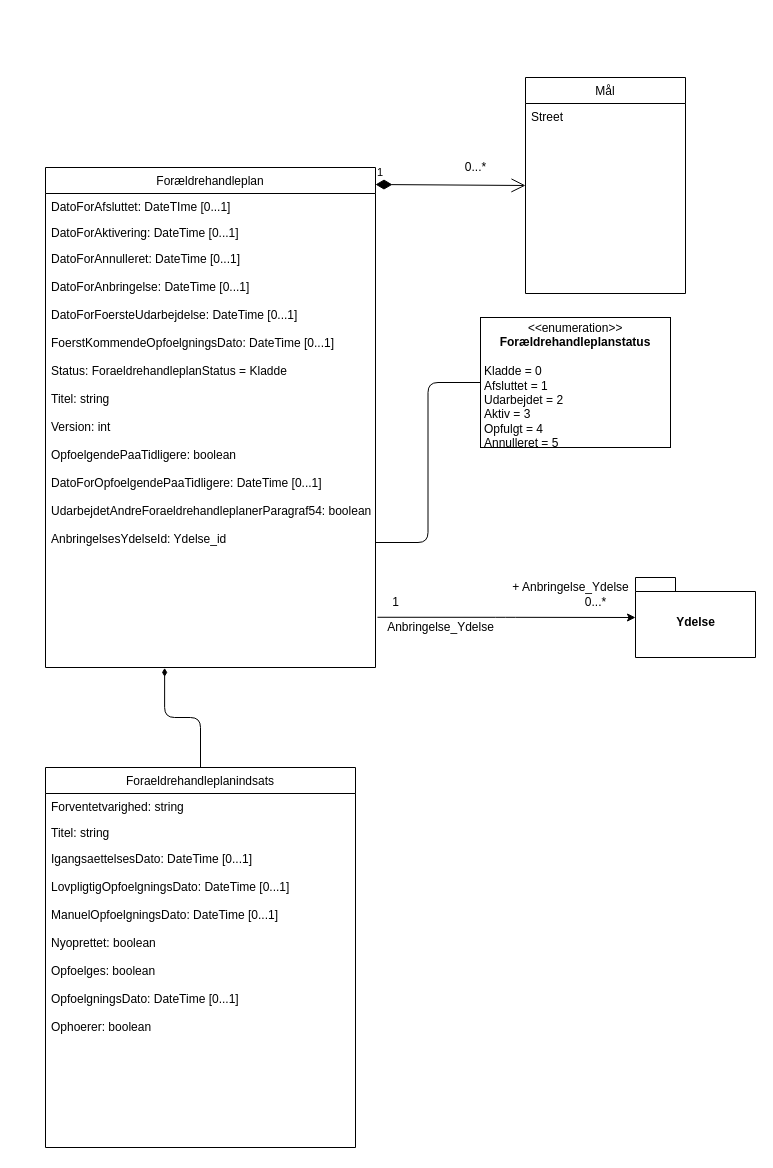
DanielMikkelsen/CompanyCarpool keeps this draw.io diagram as Untitled Diagram.drawio. Above is the earlier version. Source tidied: cells renumbered, new cells numbered last; positions are measured from the earlier drawing's top-left corner, leaving out a move shared by most shapes. Both pictures are drawn from the tidied source at 100%, with x=0, y=0 at pixel (45, 77).
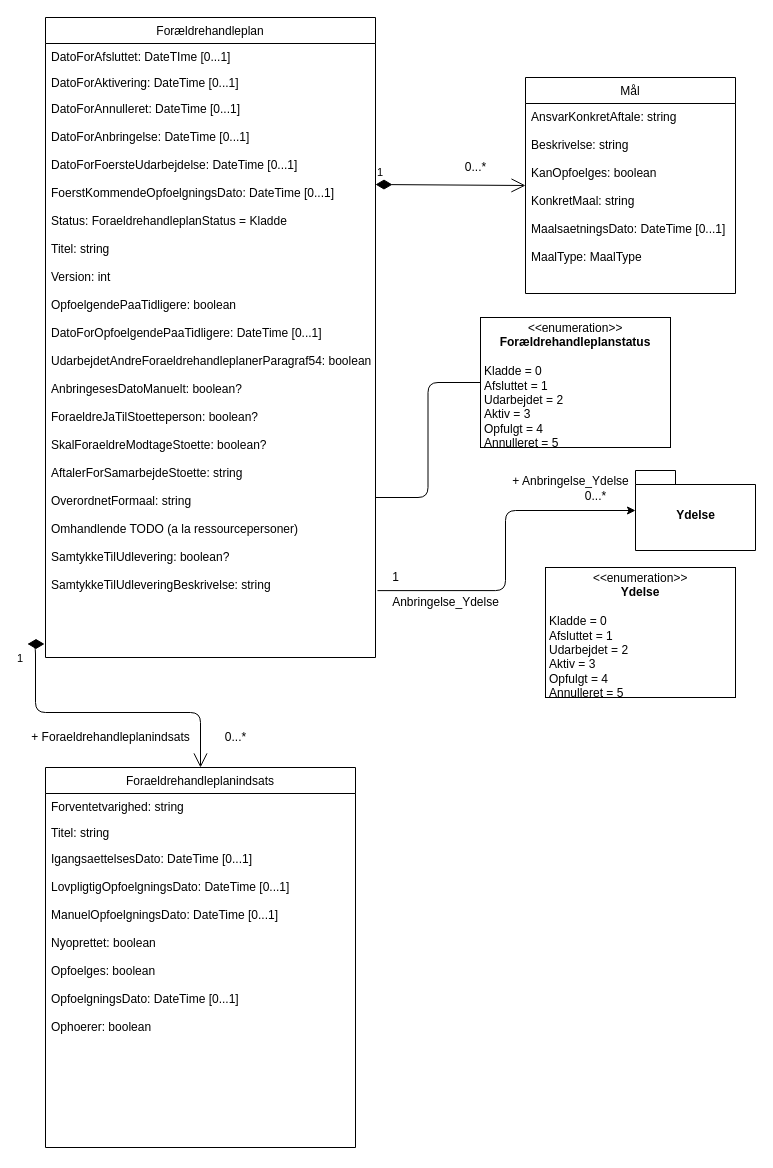
Above is the later version.

The change refers to these unchanged cells:
```xml
<mxCell id="13" value="Foraeldrehandleplanindsats" style="swimlane;fontStyle=0;horizontal=1;startSize=26;fillColor=none;" parent="1" vertex="1">
  <mxGeometry y="690" width="310" height="380" as="geometry" />
</mxCell>
```

Diff of the diagram source:
```diff
@@
     <mxCell id="2" value="Forældrehandleplan" style="swimlane;fontStyle=0;align=center;verticalAlign=top;horizontal=1;startSize=26;rounded=0;shadow=0;strokeWidth=1;" parent="1" vertex="1">
-      <mxGeometry y="90" width="330" height="500" as="geometry" />
+      <mxGeometry y="-60" width="330" height="640" as="geometry" />
     </mxCell>
@@
-    <mxCell id="5" value="DatoForAnnulleret: DateTime [0...1]&#10;&#10;DatoForAnbringelse: DateTime [0...1]&#10;&#10;DatoForFoersteUdarbejdelse: DateTime [0...1]&#10;&#10;FoerstKommendeOpfoelgningsDato: DateTime [0...1]&#10;&#10;Status: ForaeldrehandleplanStatus = Kladde&#10;&#10;Titel: string&#10;&#10;Version: int&#10;&#10;OpfoelgendePaaTidligere: boolean&#10;&#10;DatoForOpfoelgendePaaTidligere: DateTime [0...1]&#10;&#10;UdarbejdetAndreForaeldrehandleplanerParagraf54: boolean&#10;&#10;AnbringelsesYdelseId: Ydelse_id" style="text;align=left;verticalAlign=top;spacingLeft=4;spacingRight=4;overflow=hidden;points=[[0,0.5],[1,0.5]];portConstraint=eastwest;rounded=0;shadow=0;html=0;" parent="2" vertex="1">
-      <mxGeometry y="78" width="330" height="422" as="geometry" />
+    <mxCell id="5" value="DatoForAnnulleret: DateTime [0...1]&#10;&#10;DatoForAnbringelse: DateTime [0...1]&#10;&#10;DatoForFoersteUdarbejdelse: DateTime [0...1]&#10;&#10;FoerstKommendeOpfoelgningsDato: DateTime [0...1]&#10;&#10;Status: ForaeldrehandleplanStatus = Kladde&#10;&#10;Titel: string&#10;&#10;Version: int&#10;&#10;OpfoelgendePaaTidligere: boolean&#10;&#10;DatoForOpfoelgendePaaTidligere: DateTime [0...1]&#10;&#10;UdarbejdetAndreForaeldrehandleplanerParagraf54: boolean&#10;&#10;AnbringesesDatoManuelt: boolean?&#10;&#10;ForaeldreJaTilStoetteperson: boolean?&#10;&#10;SkalForaeldreModtageStoette: boolean?&#10;&#10;AftalerForSamarbejdeStoette: string&#10;&#10;OverordnetFormaal: string&#10;&#10;Omhandlende TODO (a la ressourcepersoner)&#10;&#10;SamtykkeTilUdlevering: boolean?&#10;&#10;SamtykkeTilUdleveringBeskrivelse: string&#10;&#10;" style="text;align=left;verticalAlign=top;spacingLeft=4;spacingRight=4;overflow=hidden;points=[[0,0.5],[1,0.5]];portConstraint=eastwest;rounded=0;shadow=0;html=0;" parent="2" vertex="1">
+      <mxGeometry y="78" width="330" height="562" as="geometry" />
     </mxCell>
     <mxCell id="6" value="Mål" style="swimlane;fontStyle=0;align=center;verticalAlign=top;horizontal=1;startSize=26;rounded=0;shadow=0;strokeWidth=1;" parent="1" vertex="1">
-      <mxGeometry x="480" width="160" height="216" as="geometry" />
+      <mxGeometry x="480" width="210" height="216" as="geometry" />
     </mxCell>
-    <mxCell id="7" value="Street" style="text;align=left;verticalAlign=top;spacingLeft=4;spacingRight=4;overflow=hidden;" parent="6" vertex="1">
-      <mxGeometry y="26" width="160" height="26" as="geometry" />
+    <mxCell id="7" value="AnsvarKonkretAftale: string&#10;&#10;Beskrivelse: string&#10;&#10;KanOpfoelges: boolean&#10;&#10;KonkretMaal: string&#10;&#10;MaalsaetningsDato: DateTime [0...1]&#10;&#10;MaalType: MaalType" style="text;align=left;verticalAlign=top;spacingLeft=4;spacingRight=4;overflow=hidden;" parent="6" vertex="1">
+      <mxGeometry y="26" width="210" height="174" as="geometry" />
     </mxCell>
-    <mxCell id="8" value="1" style="endArrow=open;html=1;endSize=12;startArrow=diamondThin;startSize=14;startFill=1;edgeStyle=orthogonalEdgeStyle;align=left;verticalAlign=bottom;rounded=1;entryX=0;entryY=0.5;entryDx=0;entryDy=0;" parent="6" edge="1" target="6">
+    <mxCell id="8" value="1" style="endArrow=open;html=1;endSize=12;startArrow=diamondThin;startSize=14;startFill=1;edgeStyle=orthogonalEdgeStyle;align=left;verticalAlign=bottom;rounded=0;entryX=0;entryY=0.5;entryDx=0;entryDy=0;" parent="6" edge="1" target="6">
       <mxGeometry x="-1" y="3" relative="1" as="geometry">
         <mxPoint x="-150" y="107" as="sourcePoint" />
       </mxGeometry>
     </mxCell>
@@
-    <mxCell id="12" style="edgeStyle=orthogonalEdgeStyle;rounded=1;jettySize=auto;html=1;entryX=0.361;entryY=1.001;entryDx=0;entryDy=0;entryPerimeter=0;endArrow=diamondThin;endFill=1;strokeWidth=1;" parent="1" edge="1" source="13" target="5">
-      <mxGeometry relative="1" as="geometry" />
-    </mxCell>
@@
     <mxCell id="17" value="Ydelse" style="shape=folder;fontStyle=1;spacingTop=10;tabWidth=40;tabHeight=14;tabPosition=left;html=1;" parent="1" vertex="1">
-      <mxGeometry x="590" y="500" width="120" height="80" as="geometry" />
+      <mxGeometry x="590" y="393" width="120" height="80" as="geometry" />
     </mxCell>
@@
     <mxCell id="19" value="0...*" style="text;html=1;align=center;verticalAlign=middle;" parent="1" vertex="1">
-      <mxGeometry x="530" y="515" width="40" height="20" as="geometry" />
+      <mxGeometry x="530" y="409" width="40" height="20" as="geometry" />
     </mxCell>
     <mxCell id="20" value="1" style="text;html=1;align=center;verticalAlign=middle;" parent="1" vertex="1">
-      <mxGeometry x="340" y="515" width="20" height="20" as="geometry" />
+      <mxGeometry x="340" y="490" width="20" height="20" as="geometry" />
     </mxCell>
     <mxCell id="21" value="+ Anbringelse_Ydelse" style="text;html=1;align=center;verticalAlign=middle;" parent="1" vertex="1">
-      <mxGeometry x="460" y="500" width="130" height="20" as="geometry" />
+      <mxGeometry x="460" y="394" width="130" height="20" as="geometry" />
     </mxCell>
     <mxCell id="22" value="Anbringelse_Ydelse" style="text;html=1;align=center;verticalAlign=middle;" parent="1" vertex="1">
-      <mxGeometry x="335" y="540" width="120" height="20" as="geometry" />
+      <mxGeometry x="340" y="515" width="120" height="20" as="geometry" />
     </mxCell>
+    <mxCell id="23" value="1" style="endArrow=open;html=1;endSize=12;startArrow=diamondThin;startSize=14;startFill=1;edgeStyle=orthogonalEdgeStyle;align=left;verticalAlign=bottom;strokeWidth=1;entryX=0.5;entryY=0;entryDx=0;entryDy=0;exitX=-0.003;exitY=0.976;exitDx=0;exitDy=0;exitPerimeter=0;" parent="1" edge="1" source="5" target="13">
+      <mxGeometry x="-0.78" y="-20" relative="1" as="geometry" />
+    </mxCell>
+    <mxCell id="24" value="0...*" style="text;html=1;align=center;verticalAlign=middle;" parent="1" vertex="1">
+      <mxGeometry x="170" y="650" width="40" height="20" as="geometry" />
+    </mxCell>
+    <mxCell id="25" value="+ Foraeldrehandleplanindsats" style="text;html=1;align=center;verticalAlign=middle;" parent="1" vertex="1">
+      <mxGeometry x="-20" y="650" width="170" height="20" as="geometry" />
+    </mxCell>
+    <mxCell id="26" value="&lt;p style=&quot;margin: 0px ; margin-top: 4px ; text-align: center&quot;&gt;&lt;i&gt;&amp;lt;&amp;lt;&lt;/i&gt;enumeration&lt;i&gt;&amp;gt;&amp;gt;&lt;/i&gt;&lt;br&gt;&lt;/p&gt;&lt;b&gt;&lt;div style=&quot;text-align: center&quot;&gt;&lt;b&gt;Ydelse&lt;/b&gt;&lt;/div&gt;&lt;/b&gt;&lt;p style=&quot;margin: 0px ; margin-left: 4px&quot;&gt;&lt;br&gt;&lt;/p&gt;&lt;p style=&quot;margin: 0px ; margin-left: 4px&quot;&gt;Kladde = 0&lt;br&gt;Afsluttet = 1&lt;/p&gt;&lt;p style=&quot;margin: 0px ; margin-left: 4px&quot;&gt;Udarbejdet = 2&lt;/p&gt;&lt;p style=&quot;margin: 0px ; margin-left: 4px&quot;&gt;Aktiv = 3&lt;/p&gt;&lt;p style=&quot;margin: 0px ; margin-left: 4px&quot;&gt;Opfulgt = 4&lt;/p&gt;&lt;p style=&quot;margin: 0px ; margin-left: 4px&quot;&gt;Annulleret = 5&lt;/p&gt;&lt;hr size=&quot;1&quot;&gt;&lt;p style=&quot;margin: 0px ; margin-left: 4px&quot;&gt;&lt;br&gt;&lt;/p&gt;" style="verticalAlign=top;align=left;overflow=fill;fontSize=12;fontFamily=Helvetica;html=1;" parent="1" vertex="1">
+      <mxGeometry x="500" y="490" width="190" height="130" as="geometry" />
+    </mxCell>
```
